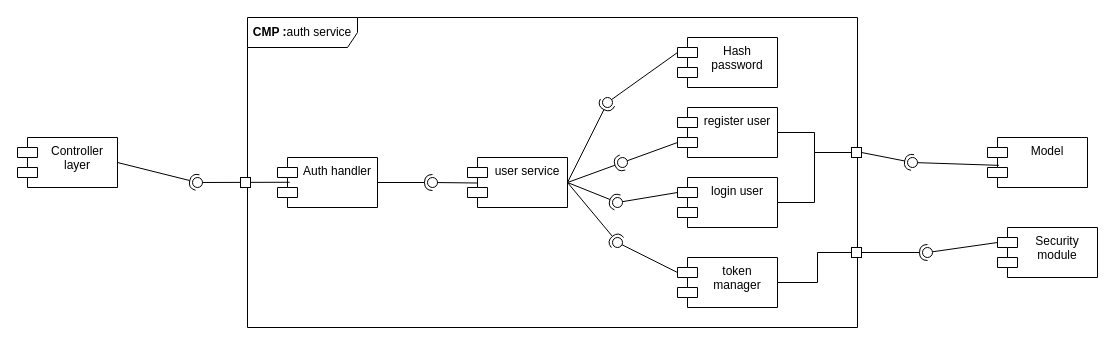
jacopobellosi/Bellosi-Montanelli-Tempobono keeps this draw.io diagram as page "Auth_detailed_view" (6 of 7) of DD/LaTeXCode/images/drawio/Component_diagram.drawio. Above is the earlier version. Source tidied: cells renumbered, new cells numbered last; positions are measured from the earlier drawing's top-left corner, leaving out a move shared by most shapes. Both pictures are drawn from the tidied source at 100%, with x=0, y=0 at pixel (17, 17).
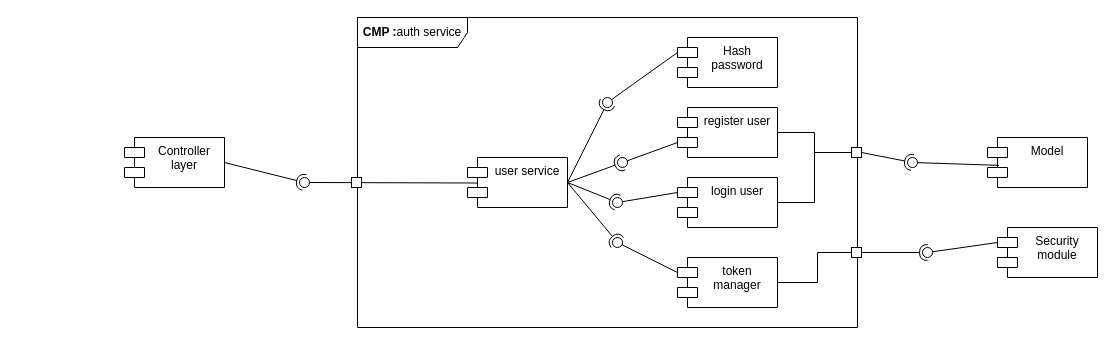
The same diagram, later.

What changed in the source:
```diff
@@
     <mxCell id="2" value="Controller layer" style="shape=module;align=left;spacingLeft=20;align=center;verticalAlign=top;whiteSpace=wrap;html=1;" parent="1" vertex="1">
-      <mxGeometry y="120" width="100" height="50" as="geometry" />
+      <mxGeometry x="107" y="120" width="100" height="50" as="geometry" />
     </mxCell>
@@
     <mxCell id="4" value="&lt;b&gt;CMP :&lt;/b&gt;auth service" style="shape=umlFrame;whiteSpace=wrap;html=1;width=110;height=30;" parent="1" vertex="1">
-      <mxGeometry x="230" width="610" height="310" as="geometry" />
+      <mxGeometry x="340" width="500" height="310" as="geometry" />
     </mxCell>
-    <mxCell id="5" value="Auth handler" style="shape=module;align=left;spacingLeft=20;align=center;verticalAlign=top;whiteSpace=wrap;html=1;" parent="1" vertex="1">
-      <mxGeometry x="260" y="140" width="100" height="50" as="geometry" />
-    </mxCell>
-    <mxCell id="6" style="rounded=0;jettySize=auto;html=1;endArrow=halfCircle;endFill=0;endSize=6;strokeWidth=1;sketch=0;exitX=1;exitY=0.5;exitDx=0;exitDy=0;" parent="1" edge="1" source="2" target="8">
+    <mxCell id="6" style="rounded=0;jettySize=auto;html=1;endArrow=halfCircle;endFill=0;endSize=6;strokeWidth=1;sketch=0;exitX=1;exitY=0.5;exitDx=0;exitDy=0;" parent="1" edge="1" source="28" target="8">
       <mxGeometry relative="1" as="geometry" />
     </mxCell>
-    <mxCell id="7" style="rounded=0;jettySize=auto;html=1;endArrow=oval;endFill=0;sketch=0;sourcePerimeterSpacing=0;targetPerimeterSpacing=0;endSize=10;exitX=0.122;exitY=0.495;exitDx=0;exitDy=0;exitPerimeter=0;" parent="1" edge="1" source="5" target="8">
-      <mxGeometry relative="1" as="geometry" />
-    </mxCell>
     <mxCell id="8" style="ellipse;whiteSpace=wrap;html=1;align=center;fillColor=none;strokeColor=none;perimeter=centerPerimeter;points=[];outlineConnect=1;" parent="1" vertex="1">
-      <mxGeometry x="175" y="160" width="10" height="10" as="geometry" />
+      <mxGeometry x="282" y="160" width="10" height="10" as="geometry" />
     </mxCell>
@@
-    <mxCell id="26" style="rounded=0;jettySize=auto;html=1;endArrow=halfCircle;endFill=0;endSize=6;strokeWidth=1;sketch=0;exitX=1;exitY=0.5;exitDx=0;exitDy=0;" parent="1" edge="1" source="5" target="28">
-      <mxGeometry relative="1" as="geometry" />
-    </mxCell>
@@
-    <mxCell id="28" style="ellipse;whiteSpace=wrap;html=1;align=center;fillColor=none;strokeColor=none;perimeter=centerPerimeter;points=[];outlineConnect=1;" parent="1" vertex="1">
-      <mxGeometry x="410" y="160" width="10" height="10" as="geometry" />
-    </mxCell>
@@
     <mxCell id="33" style="rounded=0;whiteSpace=wrap;html=1;" parent="1" vertex="1">
-      <mxGeometry x="223" y="160" width="10" height="10" as="geometry" />
+      <mxGeometry x="334" y="160" width="10" height="10" as="geometry" />
     </mxCell>
@@
+    <mxCell id="42" style="rounded=0;jettySize=auto;html=1;endArrow=halfCircle;endFill=0;endSize=6;strokeWidth=1;sketch=0;exitX=1;exitY=0.5;exitDx=0;exitDy=0;" parent="1" edge="1" source="2" target="28">
+      <mxGeometry relative="1" as="geometry" />
+    </mxCell>
+    <mxCell id="28" style="ellipse;whiteSpace=wrap;html=1;align=center;fillColor=none;strokeColor=none;perimeter=centerPerimeter;points=[];outlineConnect=1;" parent="1" vertex="1">
+      <mxGeometry x="282" y="160" width="10" height="10" as="geometry" />
+    </mxCell>
```
